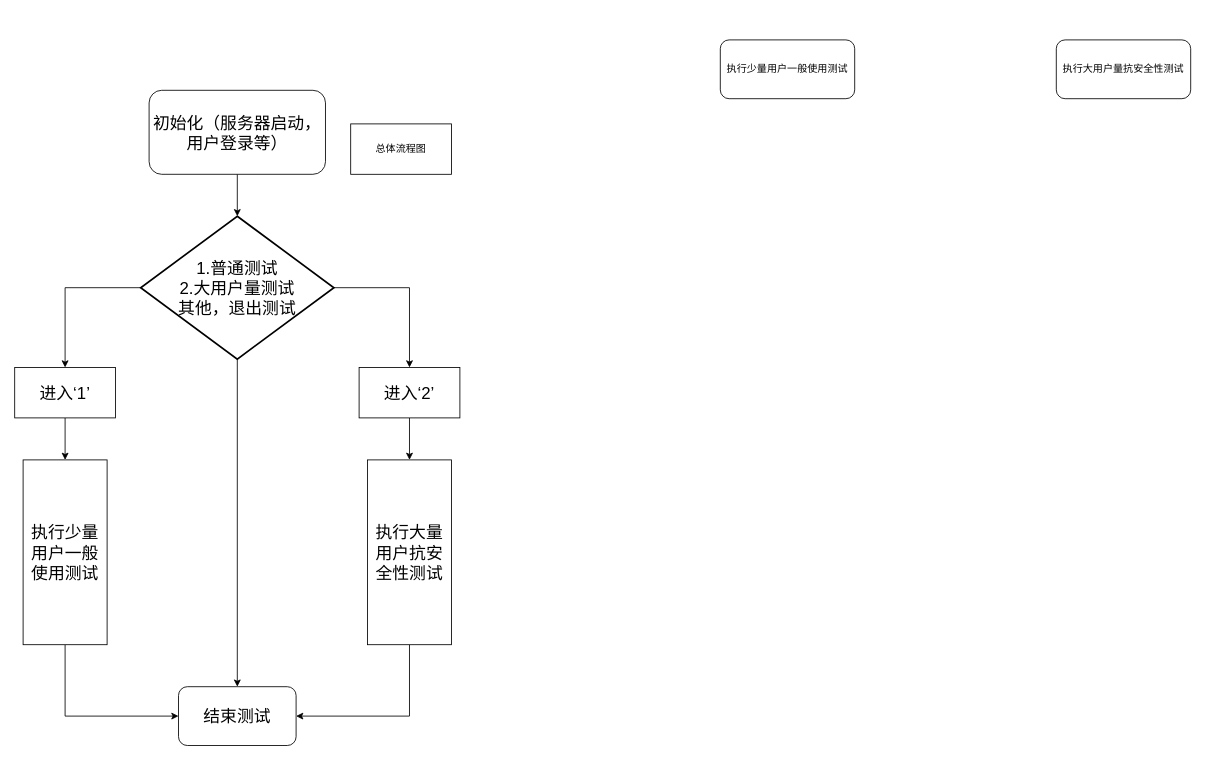
Before: 总体流程图.drawio in AusertDream/MultiplayerChatRoom, a draw.io diagram. Source tidied: cells renumbered, new cells numbered last; positions are measured from the earlier drawing's top-left corner, leaving out a move shared by most shapes. Both pictures are drawn from the tidied source at 84%, with x=0, y=0 at pixel (14, 39).
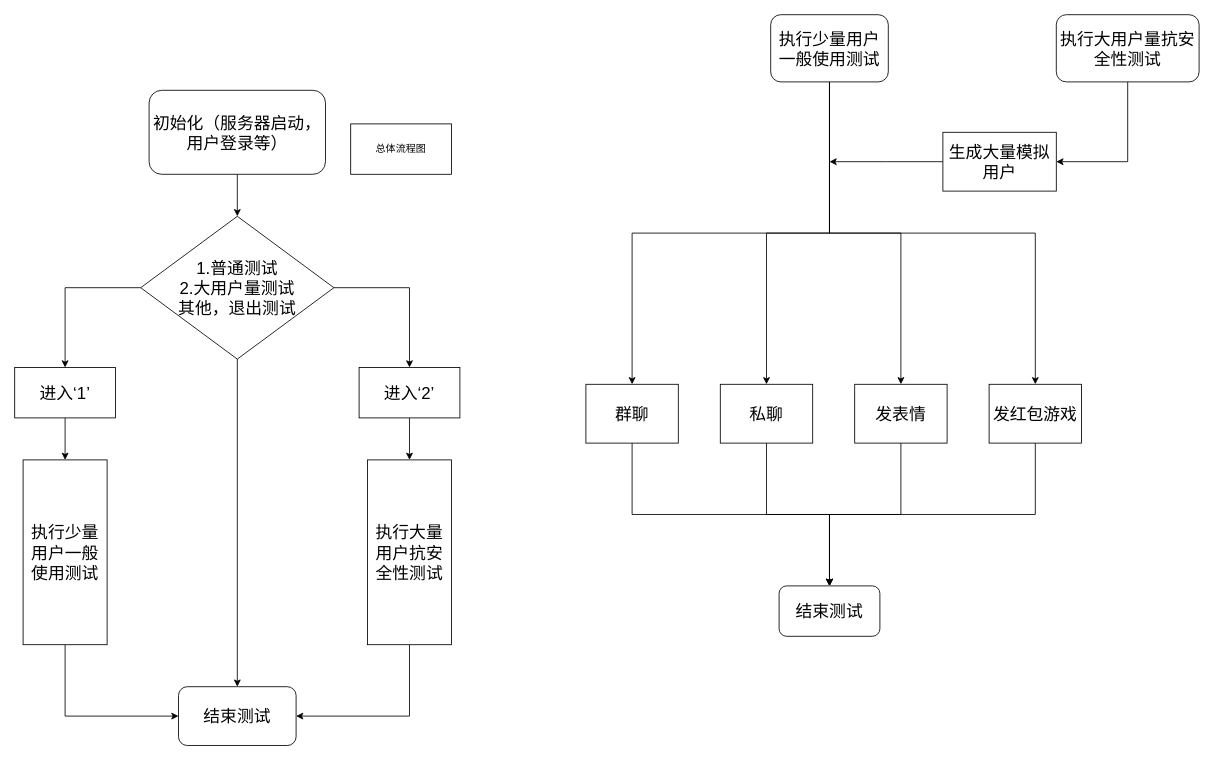
The same page after the edit.

Commit message:
Update 总体流程图.drawio

What changed in the source:
```diff
@@
-    <mxCell id="5" value="&lt;font style=&quot;font-size: 20px;&quot;&gt;1.普通测试&lt;br&gt;2.大用户量测试&lt;br&gt;其他，退出测试&lt;br&gt;&lt;/font&gt;" style="strokeWidth=2;html=1;shape=mxgraph.flowchart.decision;whiteSpace=wrap;" parent="1" vertex="1">
+    <mxCell id="5" value="&lt;font style=&quot;font-size: 20px;&quot;&gt;1.普通测试&lt;br&gt;2.大用户量测试&lt;br&gt;其他，退出测试&lt;br&gt;&lt;/font&gt;" style="strokeWidth=1;html=1;shape=mxgraph.flowchart.decision;whiteSpace=wrap;" parent="1" vertex="1">
       <mxGeometry x="150" y="210" width="230" height="170" as="geometry" />
     </mxCell>
@@
+    <mxCell id="20" style="edgeStyle=orthogonalEdgeStyle;rounded=0;jettySize=auto;html=1;entryX=0.5;entryY=0;entryDx=0;entryDy=0;" parent="1" edge="1" source="18" target="28">
+      <mxGeometry relative="1" as="geometry">
+        <Array as="points">
+          <mxPoint x="970" y="230" />
+          <mxPoint x="895" y="230" />
+        </Array>
+      </mxGeometry>
+    </mxCell>
+    <mxCell id="21" style="edgeStyle=orthogonalEdgeStyle;rounded=0;jettySize=auto;html=1;" parent="1" edge="1" source="18" target="30">
+      <mxGeometry relative="1" as="geometry" />
+    </mxCell>
+    <mxCell id="22" style="edgeStyle=orthogonalEdgeStyle;rounded=0;jettySize=auto;html=1;entryX=0.5;entryY=0;entryDx=0;entryDy=0;exitX=0.5;exitY=1;exitDx=0;exitDy=0;" parent="1" edge="1" source="18" target="26">
+      <mxGeometry relative="1" as="geometry" />
+    </mxCell>
+    <mxCell id="23" style="edgeStyle=orthogonalEdgeStyle;rounded=0;jettySize=auto;html=1;entryX=0.5;entryY=0;entryDx=0;entryDy=0;exitX=0.5;exitY=1;exitDx=0;exitDy=0;" parent="1" edge="1" source="18" target="32">
+      <mxGeometry relative="1" as="geometry" />
+    </mxCell>
-    <mxCell id="18" value="执行少量用户一般使用测试" style="rounded=1;whiteSpace=wrap;html=1;" parent="1" vertex="1">
-      <mxGeometry x="840" width="160" height="70" as="geometry" />
+    <mxCell id="18" value="&lt;font style=&quot;font-size: 20px;&quot;&gt;执行少量用户一般使用测试&lt;/font&gt;" style="rounded=1;whiteSpace=wrap;html=1;" parent="1" vertex="1">
+      <mxGeometry x="900" y="-30" width="140" height="80" as="geometry" />
     </mxCell>
+    <mxCell id="24" style="edgeStyle=orthogonalEdgeStyle;rounded=0;jettySize=auto;html=1;entryX=1;entryY=0.5;entryDx=0;entryDy=0;" parent="1" edge="1" source="19" target="34">
+      <mxGeometry relative="1" as="geometry" />
+    </mxCell>
-    <mxCell id="19" value="执行大用户量抗安全性测试" style="rounded=1;whiteSpace=wrap;html=1;" parent="1" vertex="1">
-      <mxGeometry x="1240" width="160" height="70" as="geometry" />
+    <mxCell id="19" value="&lt;font style=&quot;font-size: 20px;&quot;&gt;执行大用户量抗安全性测试&lt;/font&gt;" style="rounded=1;whiteSpace=wrap;html=1;" parent="1" vertex="1">
+      <mxGeometry x="1240" y="-30" width="170" height="80" as="geometry" />
     </mxCell>
+    <mxCell id="25" style="edgeStyle=orthogonalEdgeStyle;rounded=0;jettySize=auto;html=1;entryX=0.5;entryY=0;entryDx=0;entryDy=0;exitX=0.5;exitY=1;exitDx=0;exitDy=0;" parent="1" edge="1" source="26" target="35">
+      <mxGeometry relative="1" as="geometry" />
+    </mxCell>
+    <mxCell id="26" value="&lt;font style=&quot;font-size: 20px;&quot;&gt;群聊&lt;/font&gt;" style="rounded=0;whiteSpace=wrap;html=1;" parent="1" vertex="1">
+      <mxGeometry x="680" y="410" width="110" height="70" as="geometry" />
+    </mxCell>
+    <mxCell id="27" style="edgeStyle=orthogonalEdgeStyle;rounded=0;jettySize=auto;html=1;entryX=0.5;entryY=0;entryDx=0;entryDy=0;" parent="1" edge="1" source="28" target="35">
+      <mxGeometry relative="1" as="geometry" />
+    </mxCell>
+    <mxCell id="28" value="&lt;span style=&quot;font-size: 20px;&quot;&gt;私聊&lt;/span&gt;" style="rounded=0;whiteSpace=wrap;html=1;" parent="1" vertex="1">
+      <mxGeometry x="840" y="410" width="110" height="70" as="geometry" />
+    </mxCell>
+    <mxCell id="29" style="edgeStyle=orthogonalEdgeStyle;rounded=0;jettySize=auto;html=1;entryX=0.5;entryY=0;entryDx=0;entryDy=0;" parent="1" edge="1" source="30" target="35">
+      <mxGeometry relative="1" as="geometry" />
+    </mxCell>
+    <mxCell id="30" value="&lt;span style=&quot;font-size: 20px;&quot;&gt;发表情&lt;/span&gt;" style="rounded=0;whiteSpace=wrap;html=1;" parent="1" vertex="1">
+      <mxGeometry x="1000" y="410" width="110" height="70" as="geometry" />
+    </mxCell>
+    <mxCell id="31" style="edgeStyle=orthogonalEdgeStyle;rounded=0;jettySize=auto;html=1;entryX=0.5;entryY=0;entryDx=0;entryDy=0;exitX=0.5;exitY=1;exitDx=0;exitDy=0;" parent="1" edge="1" source="32" target="35">
+      <mxGeometry relative="1" as="geometry" />
+    </mxCell>
+    <mxCell id="32" value="&lt;span style=&quot;font-size: 20px;&quot;&gt;发红包游戏&lt;/span&gt;" style="rounded=0;whiteSpace=wrap;html=1;" parent="1" vertex="1">
+      <mxGeometry x="1160" y="410" width="110" height="70" as="geometry" />
+    </mxCell>
+    <mxCell id="33" style="edgeStyle=orthogonalEdgeStyle;rounded=0;jettySize=auto;html=1;" parent="1" edge="1" source="34">
+      <mxGeometry relative="1" as="geometry">
+        <mxPoint x="970" y="145" as="targetPoint" />
+      </mxGeometry>
+    </mxCell>
+    <mxCell id="34" value="&lt;font style=&quot;font-size: 20px;&quot;&gt;生成大量模拟用户&lt;/font&gt;" style="rounded=0;whiteSpace=wrap;html=1;" parent="1" vertex="1">
+      <mxGeometry x="1105" y="110" width="135" height="70" as="geometry" />
+    </mxCell>
+    <mxCell id="35" value="&lt;font style=&quot;font-size: 20px;&quot;&gt;结束测试&lt;/font&gt;" style="rounded=1;whiteSpace=wrap;html=1;" parent="1" vertex="1">
+      <mxGeometry x="910" y="650" width="120" height="60" as="geometry" />
+    </mxCell>
```
